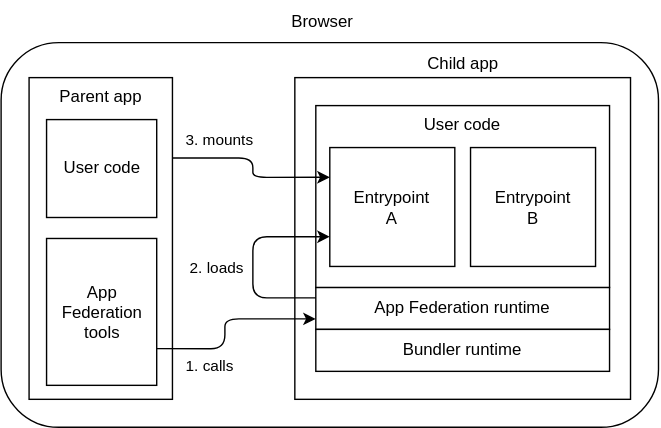
GuilleX7/app-federation keeps this draw.io diagram as docs/figures/example-12-4-library-instantiation-usage.drawio.svg. Above is the earlier version. Source tidied: cells renumbered, new cells last; positions are measured from the earlier drawing's top-left corner, leaving out a move shared by most shapes.
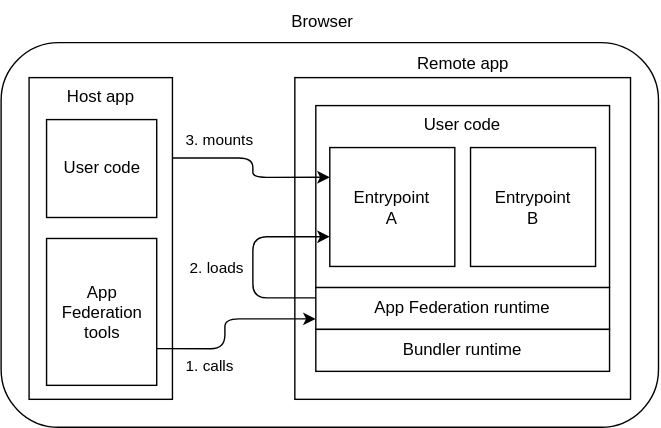
The same diagram one commit later.

What changed in the source:
```diff
@@ -5,13 +5,13 @@
     <mxCell id="2" style="rounded=1;whiteSpace=wrap;html=1;roundedPerimeter=1;" parent="1" vertex="1">
       <mxGeometry y="30" width="470" height="275" as="geometry" />
     </mxCell>
-    <mxCell id="3" value="Parent app" style="rounded=0;whiteSpace=wrap;html=1;verticalAlign=top;" parent="1" vertex="1">
+    <mxCell id="3" value="Host app" style="rounded=0;whiteSpace=wrap;html=1;verticalAlign=top;" parent="1" vertex="1">
       <mxGeometry x="20" y="55" width="102.5" height="230" as="geometry" />
     </mxCell>
     <mxCell id="4" style="rounded=0;whiteSpace=wrap;html=1;" parent="1" vertex="1">
       <mxGeometry x="210" y="55" width="240" height="230" as="geometry" />
     </mxCell>
-    <mxCell id="5" value="Child app" style="text;html=1;whiteSpace=wrap;strokeColor=none;fillColor=none;align=center;verticalAlign=middle;rounded=0;" parent="1" vertex="1">
+    <mxCell id="5" value="Remote app" style="text;html=1;whiteSpace=wrap;strokeColor=none;fillColor=none;align=center;verticalAlign=middle;rounded=0;" parent="1" vertex="1">
       <mxGeometry x="290.6" y="30" width="78.8" height="30" as="geometry" />
     </mxCell>
     <mxCell id="6" value="App Federation runtime" style="whiteSpace=wrap;html=1;roundedPerimeter=1;" parent="1" vertex="1">
```
